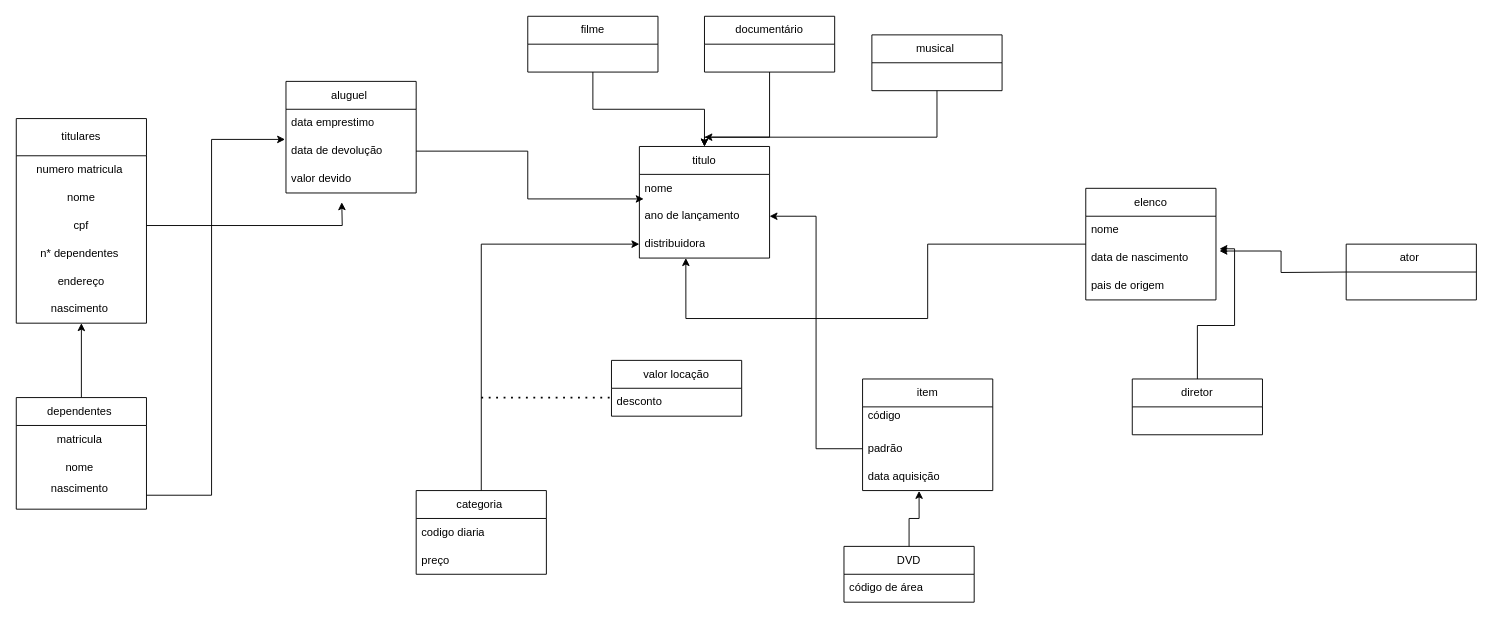
This is page "21" (8 of 10) of pré-g2.drawio from livramos/Modelagem-de-Dados-, a draw.io file, before an edit. Source tidied: cells renumbered, new cells numbered last; positions are measured from the earlier drawing's top-left corner, leaving out a move shared by most shapes. Both pictures are drawn from the tidied source at 93%, with x=0, y=0 at pixel (16, 16).
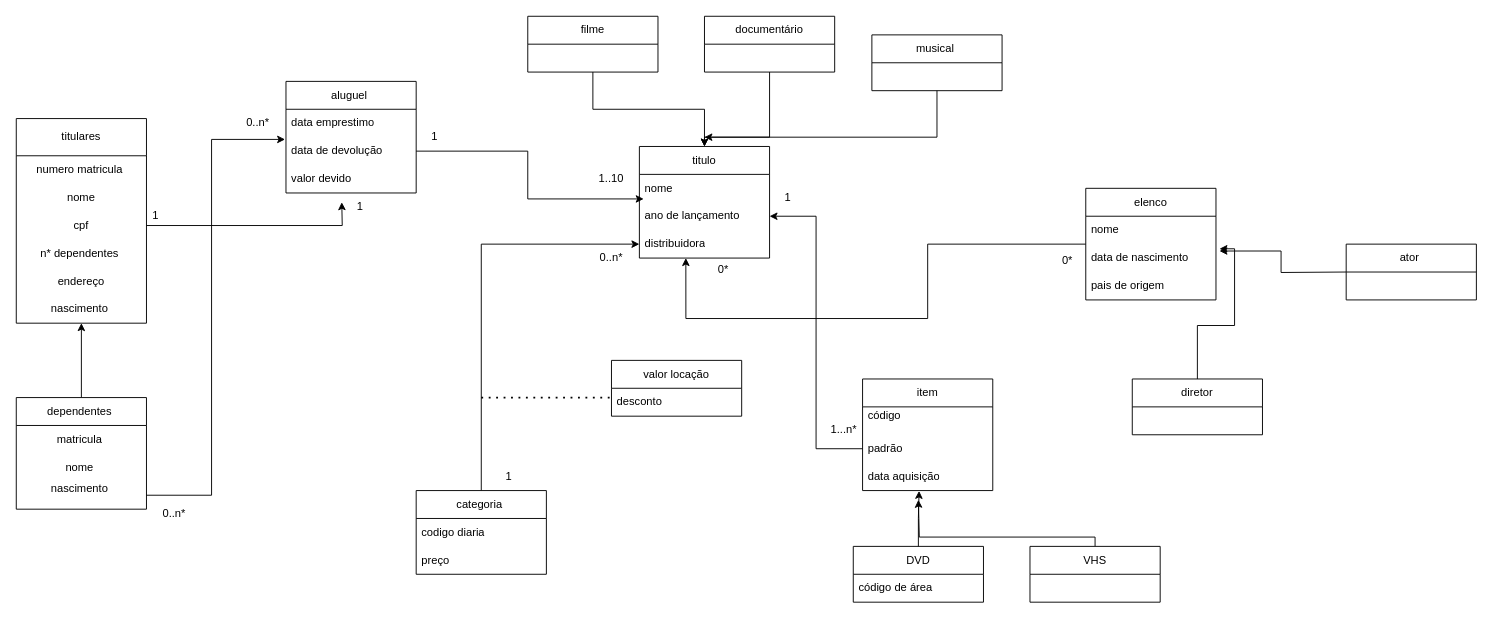
Above is the later version.

Change to the diagram source:
```diff
@@
     <mxCell id="17" value="DVD" style="swimlane;fontStyle=0;horizontal=1;startSize=30;whiteSpace=wrap;html=1;" parent="1" vertex="1">
-      <mxGeometry x="890" y="570" width="140" height="60" as="geometry" />
+      <mxGeometry x="900" y="570" width="140" height="60" as="geometry" />
     </mxCell>
@@
+    <mxCell id="55" value="1...n*" style="text;html=1;align=center;verticalAlign=middle;whiteSpace=wrap;rounded=0;" parent="1" vertex="1">
+      <mxGeometry x="860" y="430" width="60" height="30" as="geometry" />
+    </mxCell>
+    <mxCell id="56" value="1" style="text;html=1;align=center;verticalAlign=middle;whiteSpace=wrap;rounded=0;" parent="1" vertex="1">
+      <mxGeometry x="800" y="180" width="60" height="30" as="geometry" />
+    </mxCell>
+    <mxCell id="57" value="1" style="text;html=1;align=center;verticalAlign=middle;whiteSpace=wrap;rounded=0;" parent="1" vertex="1">
+      <mxGeometry x="120" y="200" width="60" height="30" as="geometry" />
+    </mxCell>
+    <mxCell id="58" value="1" style="text;html=1;align=center;verticalAlign=middle;whiteSpace=wrap;rounded=0;" parent="1" vertex="1">
+      <mxGeometry x="340" y="190" width="60" height="30" as="geometry" />
+    </mxCell>
+    <mxCell id="59" value="0..n*" style="text;html=1;align=center;verticalAlign=middle;whiteSpace=wrap;rounded=0;" parent="1" vertex="1">
+      <mxGeometry x="140" y="520" width="60" height="30" as="geometry" />
+    </mxCell>
+    <mxCell id="60" value="0..n*" style="text;html=1;align=center;verticalAlign=middle;whiteSpace=wrap;rounded=0;" parent="1" vertex="1">
+      <mxGeometry x="230" y="100" width="60" height="30" as="geometry" />
+    </mxCell>
+    <mxCell id="61" value="1..10" style="text;html=1;align=center;verticalAlign=middle;whiteSpace=wrap;rounded=0;" parent="1" vertex="1">
+      <mxGeometry x="610" y="160" width="60" height="30" as="geometry" />
+    </mxCell>
+    <mxCell id="62" value="1" style="text;html=1;align=center;verticalAlign=middle;whiteSpace=wrap;rounded=0;" parent="1" vertex="1">
+      <mxGeometry x="420" y="115" width="60" height="30" as="geometry" />
+    </mxCell>
+    <mxCell id="63" value="0..n*" style="text;html=1;align=center;verticalAlign=middle;whiteSpace=wrap;rounded=0;" parent="1" vertex="1">
+      <mxGeometry x="610" y="245" width="60" height="30" as="geometry" />
+    </mxCell>
+    <mxCell id="64" value="1" style="text;html=1;align=center;verticalAlign=middle;whiteSpace=wrap;rounded=0;" parent="1" vertex="1">
+      <mxGeometry x="500" y="480" width="60" height="30" as="geometry" />
+    </mxCell>
+    <mxCell id="65" value="0*" style="text;html=1;align=center;verticalAlign=middle;strokeColor=none;fillColor=none;" parent="1" vertex="1">
+      <mxGeometry x="745" y="258" width="30" height="30" as="geometry" />
+    </mxCell>
+    <mxCell id="66" value="0*" style="text;html=1;align=center;verticalAlign=middle;strokeColor=none;fillColor=none;" parent="1" vertex="1">
+      <mxGeometry x="1115" y="248" width="30" height="30" as="geometry" />
+    </mxCell>
+    <mxCell id="67" style="edgeStyle=orthogonalEdgeStyle;rounded=0;jettySize=auto;html=1;" parent="1" edge="1" source="68">
+      <mxGeometry relative="1" as="geometry">
+        <mxPoint x="970" y="520" as="targetPoint" />
+        <Array as="points">
+          <mxPoint x="1160" y="560" />
+          <mxPoint x="971" y="560" />
+          <mxPoint x="971" y="520" />
+        </Array>
+      </mxGeometry>
+    </mxCell>
+    <mxCell id="68" value="VHS" style="swimlane;fontStyle=0;horizontal=1;startSize=30;whiteSpace=wrap;html=1;" parent="1" vertex="1">
+      <mxGeometry x="1090" y="570" width="140" height="60" as="geometry" />
+    </mxCell>
```
